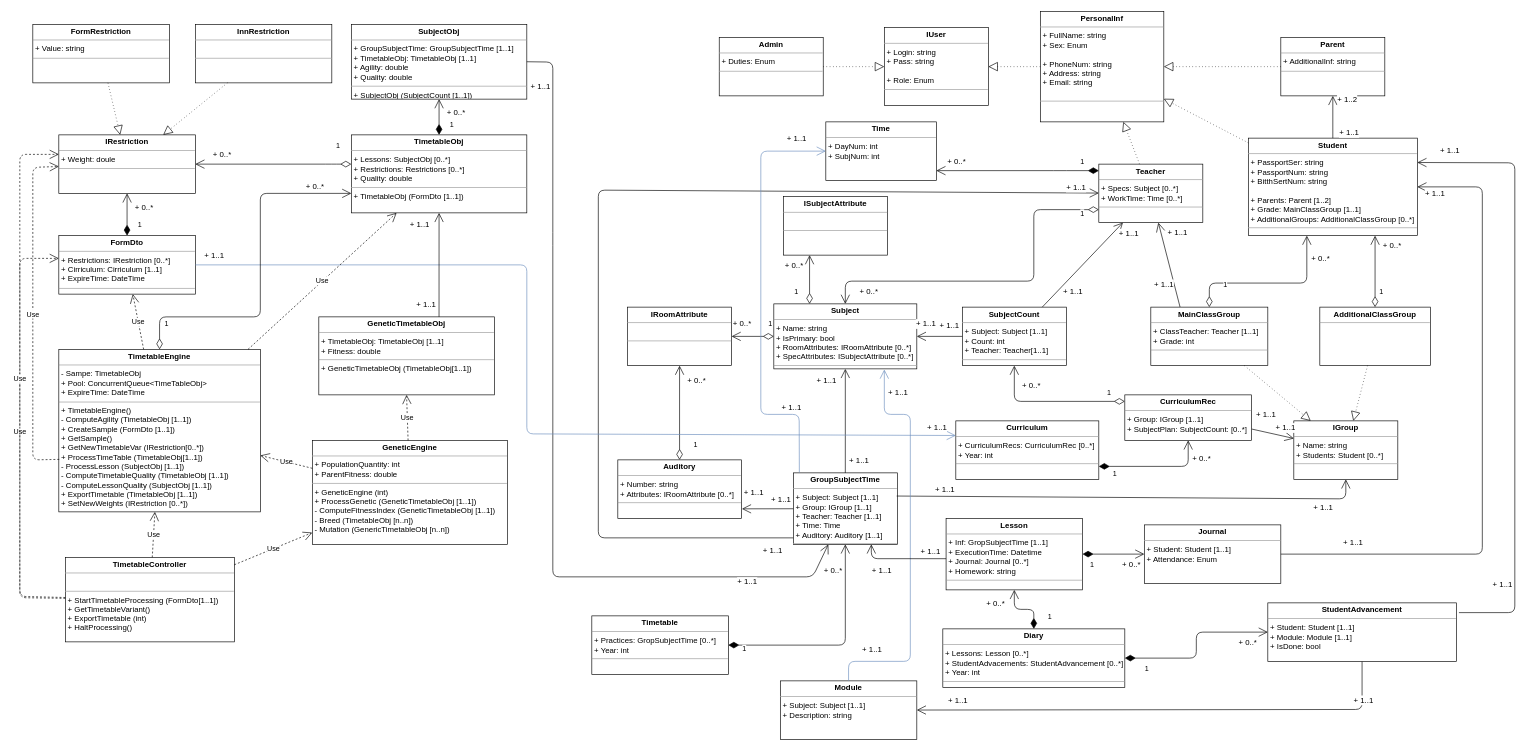
Timur-Faskhutdinov/E-education_TF keeps this draw.io diagram as EF-4.drawio. Above is the earlier version. Source tidied: cells renumbered, new cells numbered last; positions are measured from the earlier drawing's top-left corner, leaving out a move shared by most shapes. Both pictures are drawn from the tidied source at 65%, with x=0, y=0 at pixel (20, 11).
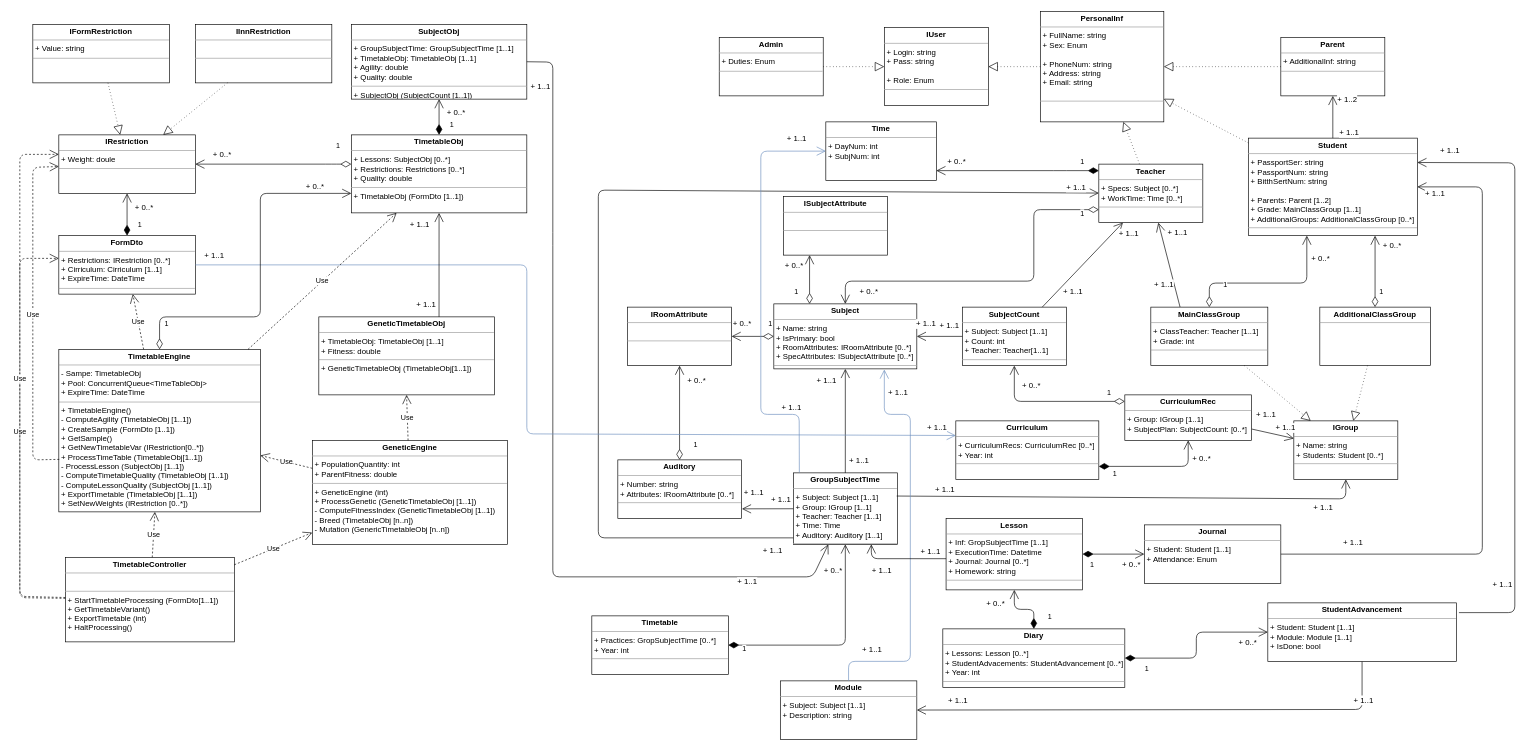
The same page after the edit.

What changed in the source:
```diff
@@
-    <mxCell id="30" value="&lt;p style=&quot;margin: 0px ; margin-top: 4px ; text-align: center&quot;&gt;&lt;b&gt;InnRestriction&lt;/b&gt;&lt;/p&gt;&lt;hr size=&quot;1&quot;&gt;&lt;p style=&quot;margin: 0px ; margin-left: 4px&quot;&gt;&lt;br&gt;&lt;/p&gt;&lt;hr size=&quot;1&quot;&gt;&lt;p style=&quot;margin: 0px ; margin-left: 4px&quot;&gt;&lt;br&gt;&lt;/p&gt;" style="verticalAlign=top;align=left;overflow=fill;fontSize=12;fontFamily=Helvetica;html=1;" parent="1" vertex="1">
+    <mxCell id="30" value="&lt;p style=&quot;margin: 0px ; margin-top: 4px ; text-align: center&quot;&gt;&lt;b&gt;IInnRestriction&lt;/b&gt;&lt;/p&gt;&lt;hr size=&quot;1&quot;&gt;&lt;p style=&quot;margin: 0px ; margin-left: 4px&quot;&gt;&lt;br&gt;&lt;/p&gt;&lt;hr size=&quot;1&quot;&gt;&lt;p style=&quot;margin: 0px ; margin-left: 4px&quot;&gt;&lt;br&gt;&lt;/p&gt;" style="verticalAlign=top;align=left;overflow=fill;fontSize=12;fontFamily=Helvetica;html=1;" parent="1" vertex="1">
       <mxGeometry x="270" y="20" width="210" height="90" as="geometry" />
     </mxCell>
@@
-    <mxCell id="34" value="&lt;p style=&quot;margin: 0px ; margin-top: 4px ; text-align: center&quot;&gt;&lt;b&gt;FormRestriction&lt;/b&gt;&lt;/p&gt;&lt;hr size=&quot;1&quot;&gt;&lt;p style=&quot;margin: 0px ; margin-left: 4px&quot;&gt;+ Value: string&lt;/p&gt;&lt;hr size=&quot;1&quot;&gt;&lt;p style=&quot;margin: 0px ; margin-left: 4px&quot;&gt;&lt;br&gt;&lt;/p&gt;" style="verticalAlign=top;align=left;overflow=fill;fontSize=12;fontFamily=Helvetica;html=1;" parent="1" vertex="1">
+    <mxCell id="34" value="&lt;p style=&quot;margin: 0px ; margin-top: 4px ; text-align: center&quot;&gt;&lt;b&gt;IFormRestriction&lt;/b&gt;&lt;/p&gt;&lt;hr size=&quot;1&quot;&gt;&lt;p style=&quot;margin: 0px ; margin-left: 4px&quot;&gt;+ Value: string&lt;/p&gt;&lt;hr size=&quot;1&quot;&gt;&lt;p style=&quot;margin: 0px ; margin-left: 4px&quot;&gt;&lt;br&gt;&lt;/p&gt;" style="verticalAlign=top;align=left;overflow=fill;fontSize=12;fontFamily=Helvetica;html=1;" parent="1" vertex="1">
       <mxGeometry x="20" y="20" width="210" height="90" as="geometry" />
     </mxCell>
```
